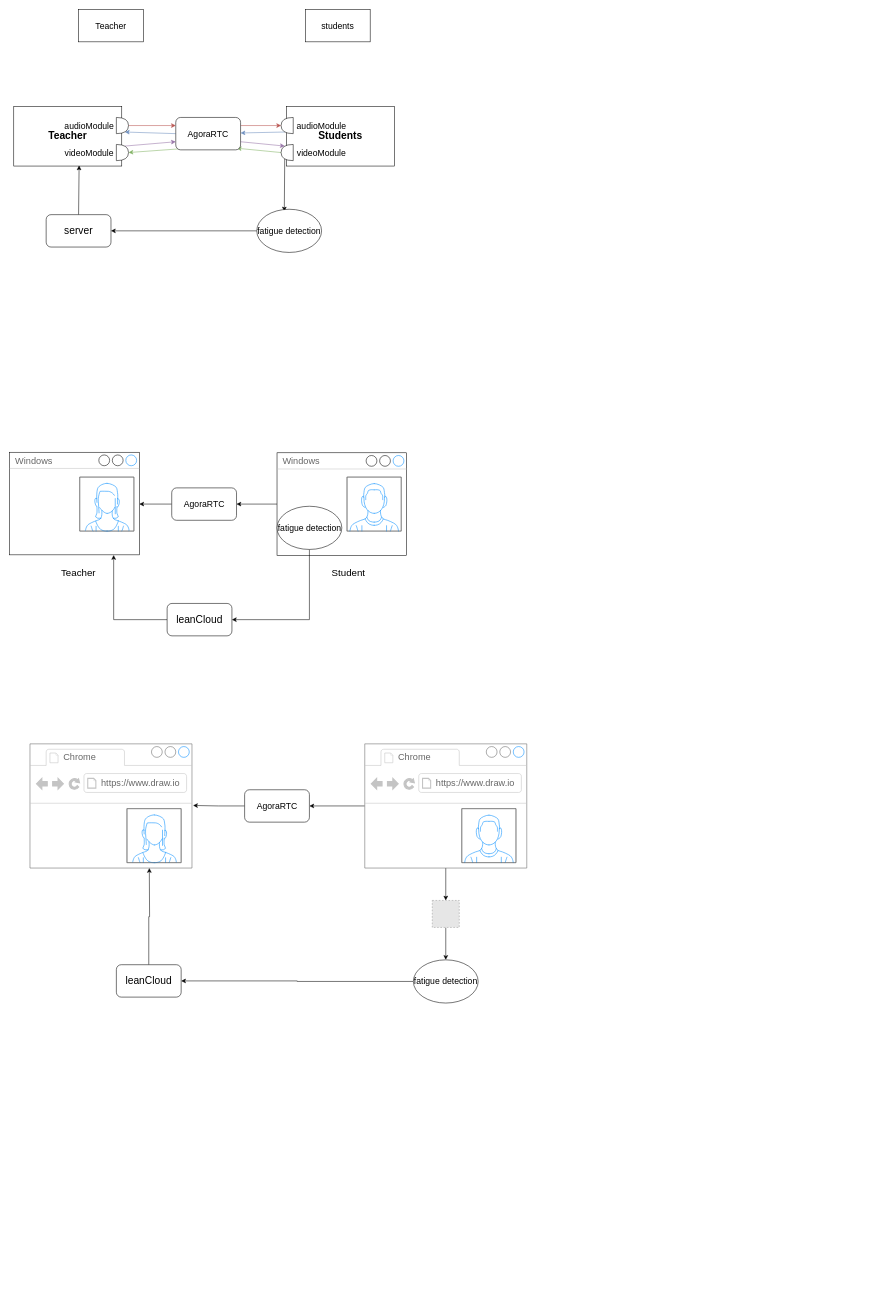
The draw.io diagram Untitled Diagram.drawio in GithubWangXiaoXi/draw-io, before the edit. Source tidied: cells renumbered, new cells numbered last; positions are measured from the earlier drawing's top-left corner, leaving out a move shared by most shapes. Both pictures are drawn from the tidied source at 54%, with x=0, y=0 at pixel (9, 9). Pictures stored in the file or linked from it are replaced by grey dashed boxes.
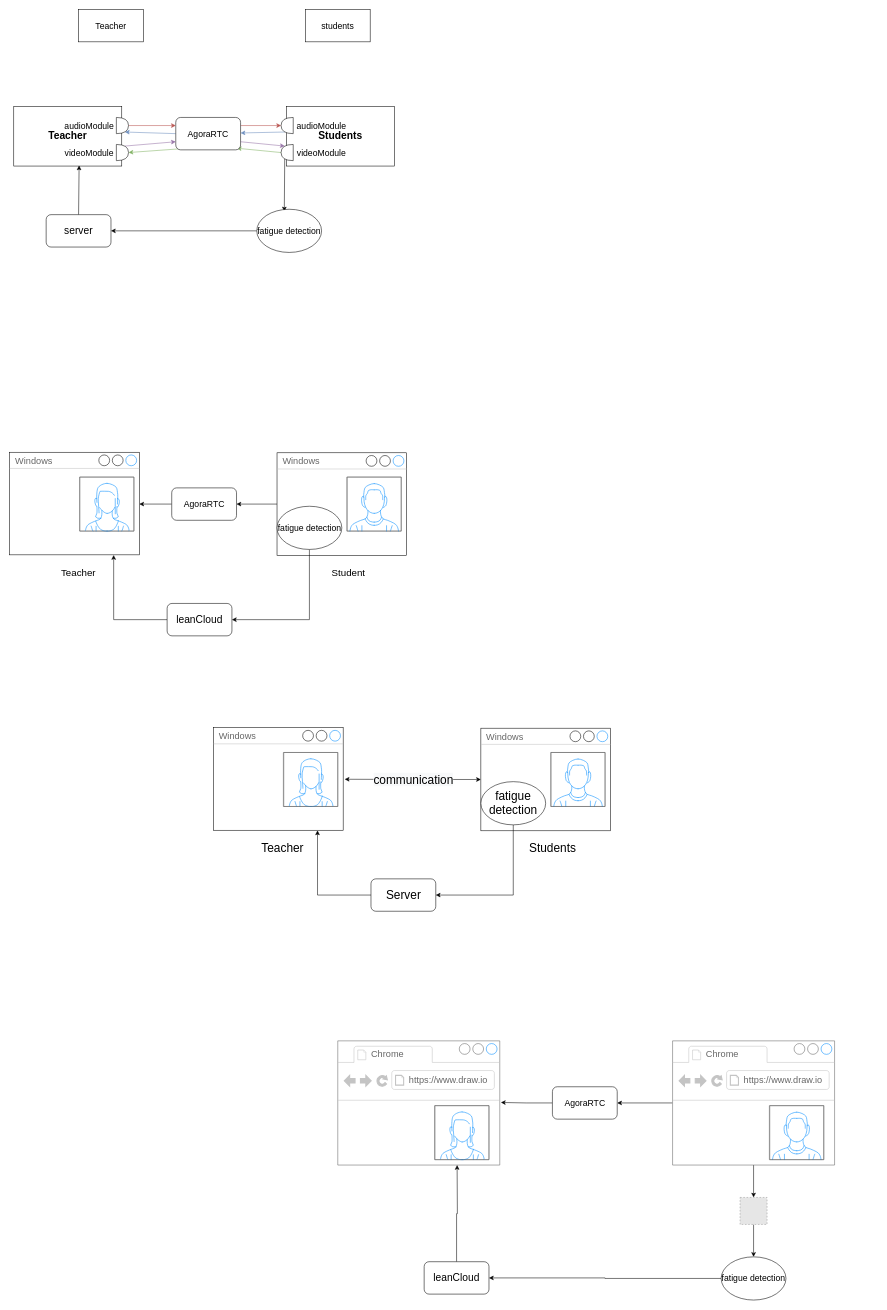
Above is the later version.

What changed in the source:
```diff
@@
     <mxCell id="35" style="strokeWidth=1;shadow=0;dashed=0;align=center;html=1;shape=mxgraph.mockup.containers.browserWindow;rSize=0;strokeColor=#666666;strokeColor2=#008cff;strokeColor3=#c4c4c4;mainText=,;fontSize=18;fontColor=#000000;" parent="1" vertex="1">
-      <mxGeometry x="38" y="1360" width="300" height="230" as="geometry" />
+      <mxGeometry x="608" y="1910" width="300" height="230" as="geometry" />
     </mxCell>
@@
     <mxCell id="41" style="strokeWidth=1;shadow=0;dashed=0;align=center;html=1;shape=mxgraph.mockup.containers.browserWindow;rSize=0;strokeColor=#666666;strokeColor2=#008cff;strokeColor3=#c4c4c4;mainText=,;fontSize=18;fontColor=#000000;" parent="1" vertex="1">
-      <mxGeometry x="658" y="1360" width="300" height="230" as="geometry" />
+      <mxGeometry x="1228" y="1910" width="300" height="230" as="geometry" />
     </mxCell>
@@
     <mxCell id="46" value="AgoraRTC" style="rounded=1;whiteSpace=wrap;html=1;fontSize=16;" parent="1" vertex="1">
-      <mxGeometry x="435.5" y="1445" width="120" height="60" as="geometry" />
+      <mxGeometry x="1005.5" y="1995" width="120" height="60" as="geometry" />
     </mxCell>
@@
     <mxCell id="48" style="fillColor=#E6E6E6;strokeColor=#999999;dashed=1;verticalLabelPosition=bottom;labelBackgroundColor=default;verticalAlign=top;" parent="1" vertex="1">
-      <mxGeometry x="783" y="1650" width="50" height="50" as="geometry" />
+      <mxGeometry x="1353" y="2200" width="50" height="50" as="geometry" />
     </mxCell>
@@
     <mxCell id="50" value="fatigue detection" style="ellipse;whiteSpace=wrap;html=1;fontSize=16;" parent="1" vertex="1">
-      <mxGeometry x="748" y="1760" width="120" height="80" as="geometry" />
+      <mxGeometry x="1318" y="2310" width="120" height="80" as="geometry" />
     </mxCell>
     <mxCell id="51" style="edgeStyle=orthogonalEdgeStyle;rounded=0;jettySize=auto;html=1;exitX=0.5;exitY=0;exitDx=0;exitDy=0;fontSize=18;fontColor=#000000;" parent="1" edge="1" source="52">
       <mxGeometry relative="1" as="geometry">
-        <mxPoint x="259" y="1590" as="targetPoint" />
+        <mxPoint x="829" y="2140" as="targetPoint" />
       </mxGeometry>
     </mxCell>
     <mxCell id="52" value="leanCloud" style="rounded=1;whiteSpace=wrap;html=1;fontSize=19;" parent="1" vertex="1">
-      <mxGeometry x="198" y="1769" width="120" height="60" as="geometry" />
+      <mxGeometry x="768" y="2319" width="120" height="60" as="geometry" />
     </mxCell>
@@
+    <mxCell id="59" value="Windows" style="strokeWidth=1;shadow=0;dashed=0;align=center;html=1;shape=mxgraph.mockup.containers.window;align=left;verticalAlign=top;spacingLeft=8;strokeColor2=#008cff;strokeColor3=#c4c4c4;fontColor=#666666;mainText=;fontSize=17;labelBackgroundColor=none;" parent="1" vertex="1">
+      <mxGeometry x="378" y="1330" width="240" height="190" as="geometry" />
+    </mxCell>
+    <mxCell id="60" style="edgeStyle=orthogonalEdgeStyle;rounded=0;jettySize=auto;html=1;entryX=1.012;entryY=0.503;entryDx=0;entryDy=0;entryPerimeter=0;startArrow=classic;startFill=1;" parent="1" edge="1" source="62" target="59">
+      <mxGeometry relative="1" as="geometry">
+        <Array as="points">
+          <mxPoint x="758" y="1426" />
+          <mxPoint x="758" y="1426" />
+        </Array>
+      </mxGeometry>
+    </mxCell>
+    <mxCell id="61" value="&lt;span style=&quot;font-size: 22px; background-color: rgb(248, 249, 250);&quot;&gt;communication&lt;/span&gt;" style="edgeLabel;html=1;align=center;verticalAlign=middle;fontSize=22;" parent="60" vertex="1">
+      <mxGeometry x="-0.17" y="1" relative="1" as="geometry">
+        <mxPoint x="-21" y="-1" as="offset" />
+      </mxGeometry>
+    </mxCell>
+    <mxCell id="62" value="Windows" style="strokeWidth=1;shadow=0;dashed=0;align=center;html=1;shape=mxgraph.mockup.containers.window;align=left;verticalAlign=top;spacingLeft=8;strokeColor2=#008cff;strokeColor3=#c4c4c4;fontColor=#666666;mainText=;fontSize=17;labelBackgroundColor=none;" parent="1" vertex="1">
+      <mxGeometry x="873" y="1331" width="240" height="190" as="geometry" />
+    </mxCell>
+    <mxCell id="63" style="verticalLabelPosition=bottom;shadow=0;dashed=0;align=center;html=1;verticalAlign=top;strokeWidth=1;shape=mxgraph.mockup.containers.userMale;strokeColor=#666666;strokeColor2=#008cff;" parent="1" vertex="1">
+      <mxGeometry x="1003" y="1376" width="100" height="100" as="geometry" />
+    </mxCell>
+    <mxCell id="64" style="verticalLabelPosition=bottom;shadow=0;dashed=0;align=center;html=1;verticalAlign=top;strokeWidth=1;shape=mxgraph.mockup.containers.userFemale;strokeColor=#666666;strokeColor2=#008cff;fontSize=18;fontColor=#000000;" parent="1" vertex="1">
+      <mxGeometry x="508" y="1376" width="100" height="100" as="geometry" />
+    </mxCell>
+    <mxCell id="65" style="edgeStyle=orthogonalEdgeStyle;rounded=0;jettySize=auto;html=1;exitX=0.5;exitY=1;exitDx=0;exitDy=0;entryX=1;entryY=0.5;entryDx=0;entryDy=0;fontSize=18;fontColor=#000000;" parent="1" edge="1" source="66" target="70">
+      <mxGeometry relative="1" as="geometry" />
+    </mxCell>
+    <mxCell id="66" value="&lt;font style=&quot;font-size: 22px;&quot;&gt;fatigue detection&lt;/font&gt;" style="ellipse;whiteSpace=wrap;html=1;fontSize=16;" parent="1" vertex="1">
+      <mxGeometry x="873" y="1430" width="120" height="80" as="geometry" />
+    </mxCell>
+    <mxCell id="67" value="&lt;font style=&quot;font-size: 22px;&quot;&gt;Teacher&lt;/font&gt;" style="text;html=1;strokeColor=none;fillColor=none;align=center;verticalAlign=middle;whiteSpace=wrap;rounded=0;fontSize=18;fontColor=#000000;" parent="1" vertex="1">
+      <mxGeometry x="475.5" y="1539" width="60" height="30" as="geometry" />
+    </mxCell>
+    <mxCell id="68" value="&lt;font style=&quot;font-size: 22px;&quot;&gt;Students&lt;/font&gt;" style="text;html=1;strokeColor=none;fillColor=none;align=center;verticalAlign=middle;whiteSpace=wrap;rounded=0;fontSize=18;fontColor=#000000;" parent="1" vertex="1">
+      <mxGeometry x="975.5" y="1539" width="60" height="30" as="geometry" />
+    </mxCell>
+    <mxCell id="69" style="edgeStyle=orthogonalEdgeStyle;rounded=0;jettySize=auto;html=1;entryX=0.802;entryY=1.002;entryDx=0;entryDy=0;entryPerimeter=0;fontSize=18;fontColor=#000000;" parent="1" edge="1" source="70" target="59">
+      <mxGeometry relative="1" as="geometry" />
+    </mxCell>
+    <mxCell id="70" value="&lt;span style=&quot;font-size: 22px;&quot;&gt;Server&lt;/span&gt;" style="rounded=1;whiteSpace=wrap;html=1;fontSize=19;" parent="1" vertex="1">
+      <mxGeometry x="669.5" y="1610" width="120" height="60" as="geometry" />
+    </mxCell>
```
